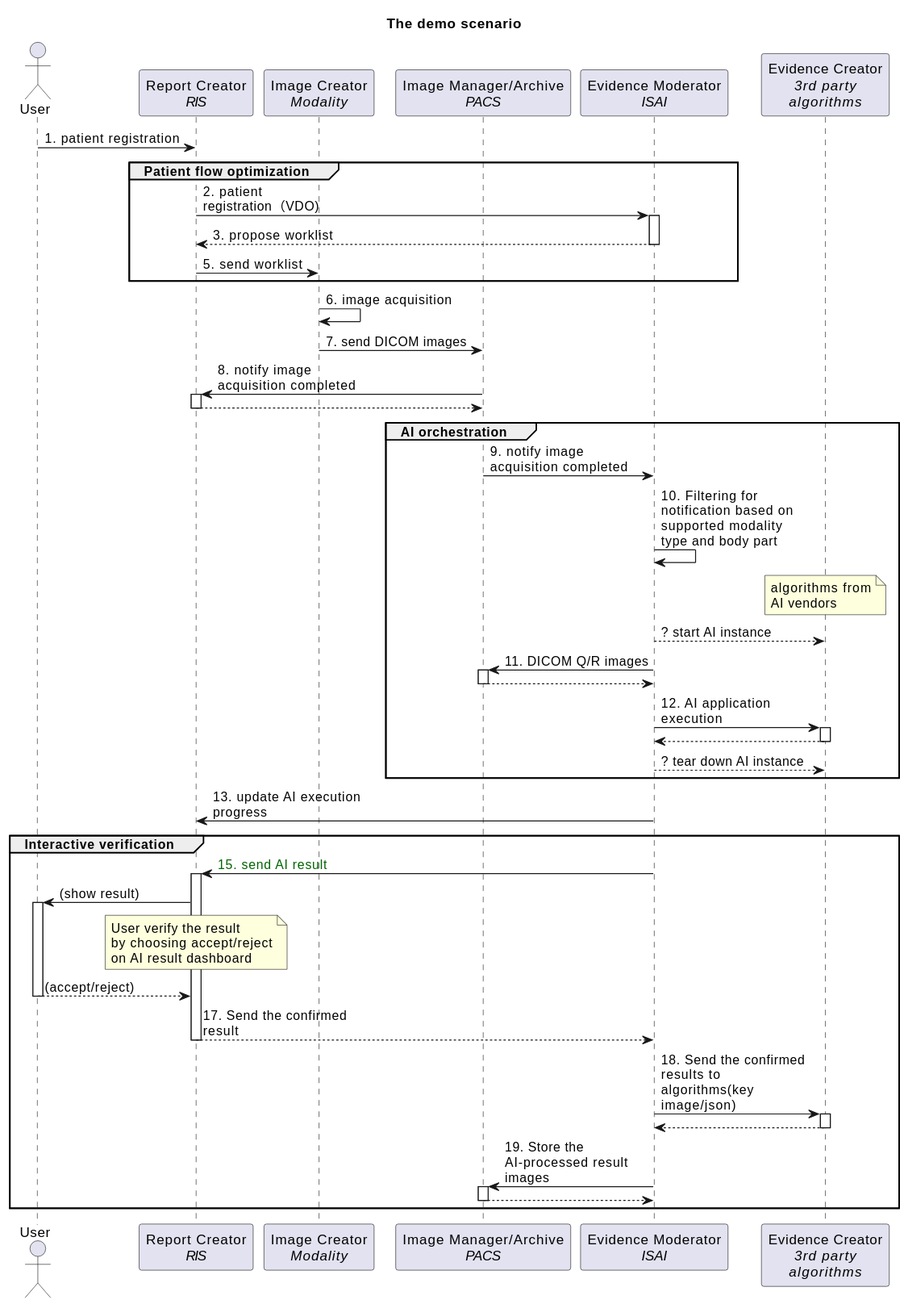
Above: input/images-source/uc4-The_demo_scenario.svg in xmiao/AI.interoperability (PlantUML), before the change. The source it was exported from:
```plantuml
@startuml
title "The demo scenario"
skinparam maxMessageSize 150
scale 800 width


actor "User" as U
participant "Report Creator\n//RIS//" as R
participant "Image Creator\n//Modality//" as M
participant "Image Manager/Archive\n//PACS//" as P
participant "Evidence Moderator\n//ISAI//" as I
participant "Evidence Creator\n//3rd party//\n//algorithms//" as S

U -> R: 1. patient registration
group Patient flow optimization
R -> I++: 2. patient registration（VDO)
return 3. propose worklist
R -> M: 5. send worklist
end

M -> M: 6. image acquisition
M -> P: 7. send DICOM images
P -> R++: 8. notify image acquisition completed
return
group AI orchestration
P -> I: 9. notify image acquisition completed

I -> I: 10. Filtering for notification based on supported modality type and body part
note over S
algorithms from
AI vendors
end note
I --> S: ? start AI instance
I -> P++: 11. DICOM Q/R images
return
I -> S++: 12. AI application execution
return
return ? tear down AI instance
end
I -> R: 13. update AI execution progress

group Interactive verification
I -> R++: <font color="darkgreen">15. send AI result
R -> U++: (show result)
note over R
User verify the result
by choosing accept/reject
on AI result dashboard
end note
return (accept/reject)
return 17. Send the confirmed result
I -> S++: 18. Send the confirmed results to algorithms(key image/json)
return
I -> P++: 19. Store the AI-processed result images
return
end
@enduml
```
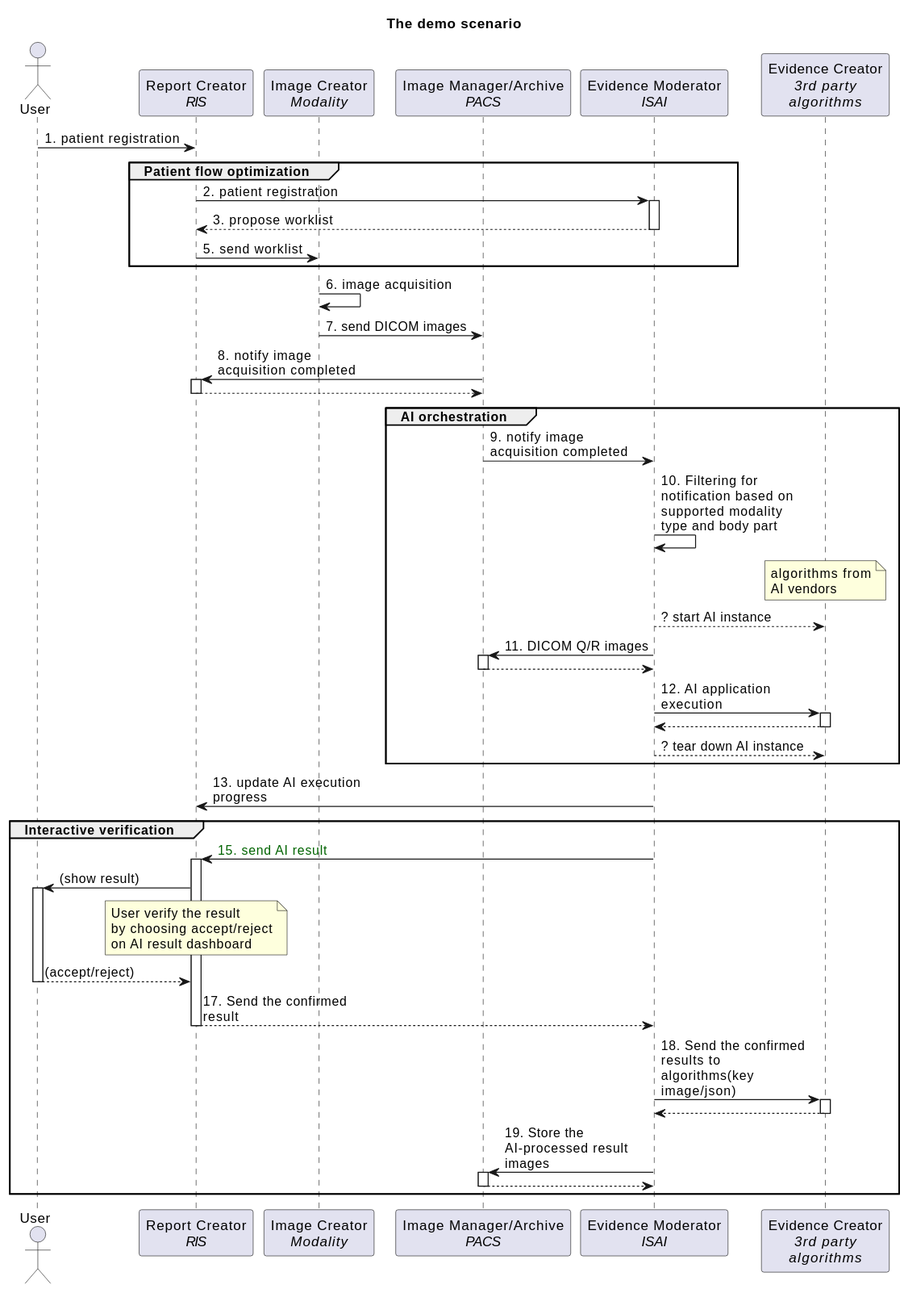
After the change.

Change to the diagram source:
```diff
@@ -13,7 +13,7 @@
 
 U -> R: 1. patient registration
 group Patient flow optimization
-R -> I++: 2. patient registration（VDO)
+R -> I++: 2. patient registration
 return 3. propose worklist
 R -> M: 5. send worklist
 end
```
